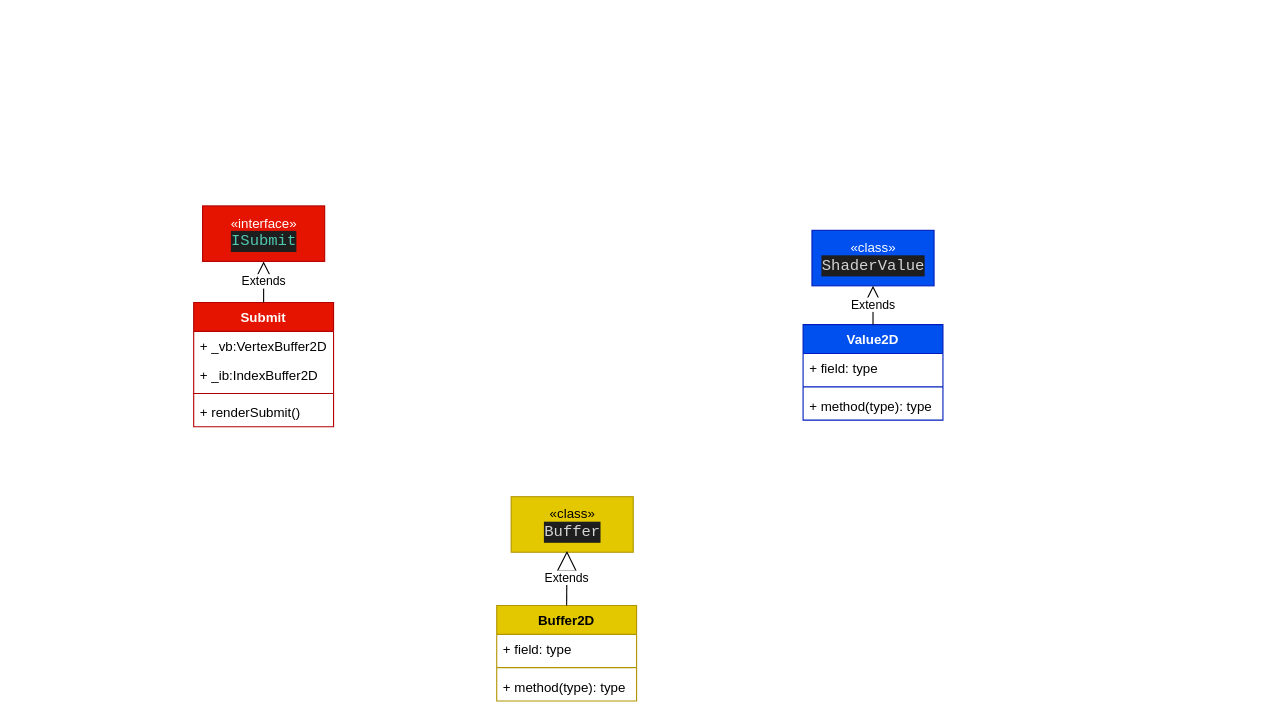
Above: page "laya渲染框架" (5 of 5) of LayaAir2/render2.drawio in breezerzxq/Diagram (draw.io), before the change. Source tidied: cells renumbered, new cells numbered last; positions are measured from the earlier drawing's top-left corner, leaving out a move shared by most shapes. Both pictures are drawn from the tidied source at 111%, with x=0, y=0 at pixel (193, 205).
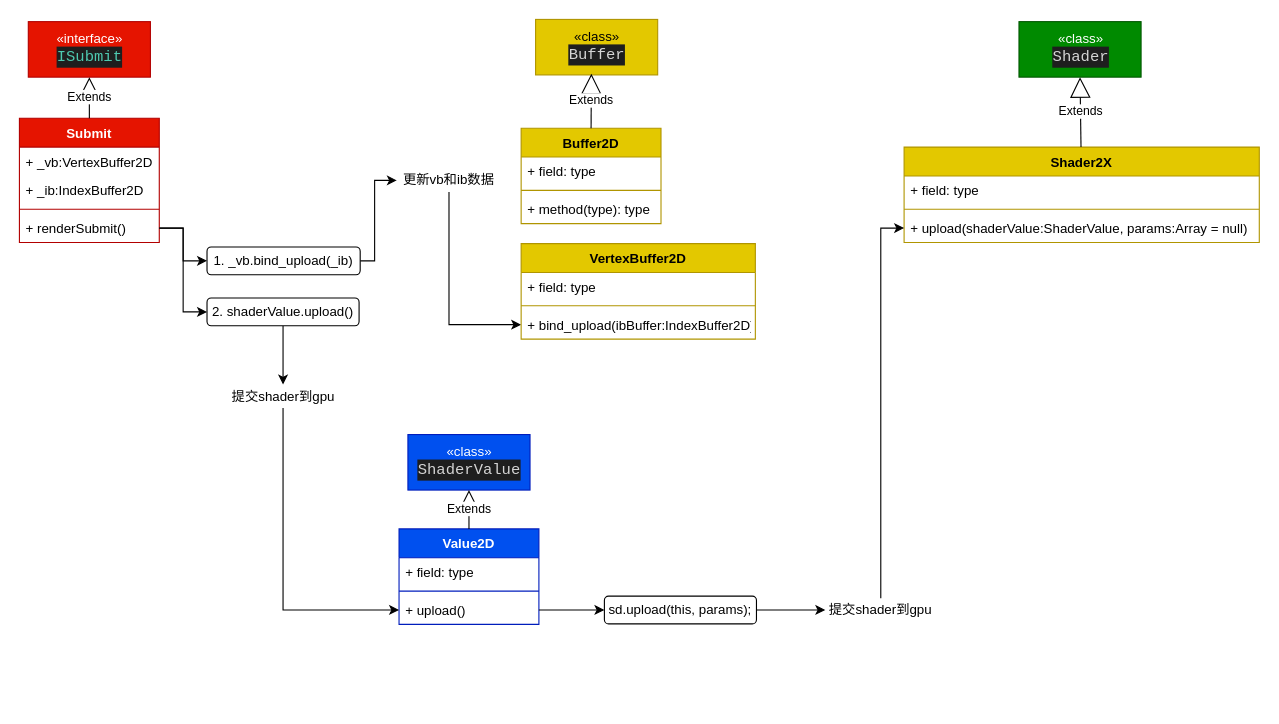
After the change.

The change refers to these unchanged cells:
```xml
<mxCell id="13" value="+ renderSubmit()" style="text;strokeColor=none;fillColor=none;align=left;verticalAlign=top;spacingLeft=4;spacingRight=4;overflow=hidden;points=[[0,0.5],[1,0.5]];portConstraint=eastwest;" parent="9" vertex="1">
  <mxGeometry y="86" width="126" height="26" as="geometry" />
</mxCell>
```

The edit, as a diff of the source:
```diff
@@
     <mxCell id="2" value="«class»&lt;br&gt;&lt;div style=&quot;color: rgb(212, 212, 212); background-color: rgb(30, 30, 30); font-family: Consolas, &amp;quot;Courier New&amp;quot;, monospace; font-size: 14px; line-height: 19px;&quot;&gt;ShaderValue&lt;/div&gt;" style="html=1;fillColor=#0050ef;fontColor=#ffffff;strokeColor=#001DBC;" parent="1" vertex="1">
-      <mxGeometry x="557" y="22" width="110" height="50" as="geometry" />
+      <mxGeometry x="193" y="206" width="110" height="50" as="geometry" />
     </mxCell>
     <mxCell id="3" value="«class»&lt;br&gt;&lt;div style=&quot;color: rgb(212, 212, 212); background-color: rgb(30, 30, 30); font-family: Consolas, &amp;quot;Courier New&amp;quot;, monospace; font-size: 14px; line-height: 19px;&quot;&gt;Buffer&lt;/div&gt;" style="html=1;fillColor=#e3c800;fontColor=#000000;strokeColor=#B09500;" parent="1" vertex="1">
-      <mxGeometry x="286" y="262" width="110" height="50" as="geometry" />
+      <mxGeometry x="308" y="-168" width="110" height="50" as="geometry" />
     </mxCell>
     <mxCell id="4" value="«interface»&lt;br&gt;&lt;div style=&quot;color: rgb(212, 212, 212); background-color: rgb(30, 30, 30); font-family: Consolas, &amp;quot;Courier New&amp;quot;, monospace; font-size: 14px; line-height: 19px;&quot;&gt;&lt;span style=&quot;color: #4ec9b0;&quot;&gt;ISubmit&lt;/span&gt;&lt;/div&gt;" style="html=1;fillColor=#e51400;fontColor=#ffffff;strokeColor=#B20000;" parent="1" vertex="1">
-      <mxGeometry x="8" width="110" height="50" as="geometry" />
+      <mxGeometry x="-149" y="-166" width="110" height="50" as="geometry" />
     </mxCell>
     <mxCell id="5" value="Value2D" style="swimlane;fontStyle=1;align=center;verticalAlign=top;horizontal=1;startSize=26;fillColor=#0050ef;fontColor=#ffffff;strokeColor=#001DBC;" parent="1" vertex="1">
-      <mxGeometry x="549" y="107" width="126" height="86" as="geometry" />
+      <mxGeometry x="185" y="291" width="126" height="86" as="geometry" />
     </mxCell>
@@
-    <mxCell id="8" value="+ method(type): type" style="text;strokeColor=none;fillColor=none;align=left;verticalAlign=top;spacingLeft=4;spacingRight=4;overflow=hidden;points=[[0,0.5],[1,0.5]];portConstraint=eastwest;" parent="5" vertex="1">
+    <mxCell id="8" value="+ upload()" style="text;strokeColor=none;fillColor=none;align=left;verticalAlign=top;spacingLeft=4;spacingRight=4;overflow=hidden;points=[[0,0.5],[1,0.5]];portConstraint=eastwest;" parent="5" vertex="1">
       <mxGeometry y="60" width="126" height="26" as="geometry" />
     </mxCell>
     <mxCell id="9" value="Submit" style="swimlane;fontStyle=1;align=center;verticalAlign=top;horizontal=1;startSize=26;fillColor=#e51400;fontColor=#ffffff;strokeColor=#B20000;" parent="1" vertex="1">
-      <mxGeometry y="87" width="126" height="112" as="geometry" />
+      <mxGeometry x="-157" y="-79" width="126" height="112" as="geometry" />
     </mxCell>
@@
     <mxCell id="14" value="Buffer2D" style="swimlane;fontStyle=1;align=center;verticalAlign=top;horizontal=1;startSize=26;fillColor=#e3c800;fontColor=#000000;strokeColor=#B09500;" parent="1" vertex="1">
-      <mxGeometry x="273" y="360" width="126" height="86" as="geometry" />
+      <mxGeometry x="295" y="-70" width="126" height="86" as="geometry" />
     </mxCell>
@@
+    <mxCell id="21" style="edgeStyle=orthogonalEdgeStyle;rounded=0;jettySize=auto;html=1;" parent="1" edge="1" source="22" target="24">
+      <mxGeometry relative="1" as="geometry">
+        <Array as="points">
+          <mxPoint x="163" y="50" />
+        </Array>
+      </mxGeometry>
+    </mxCell>
+    <mxCell id="22" value="1. _vb.bind_upload(_ib)" style="rounded=1;whiteSpace=wrap;html=1;" parent="1" vertex="1">
+      <mxGeometry x="12" y="37" width="138" height="25" as="geometry" />
+    </mxCell>
+    <mxCell id="23" style="edgeStyle=orthogonalEdgeStyle;rounded=0;jettySize=auto;html=1;" parent="1" edge="1" source="24" target="40">
+      <mxGeometry relative="1" as="geometry" />
+    </mxCell>
+    <mxCell id="24" value="更新vb和ib数据" style="text;html=1;strokeColor=none;fillColor=none;align=center;verticalAlign=middle;whiteSpace=wrap;rounded=0;" parent="1" vertex="1">
+      <mxGeometry x="183" y="-33.5" width="94" height="21" as="geometry" />
+    </mxCell>
+    <mxCell id="25" style="edgeStyle=orthogonalEdgeStyle;rounded=0;jettySize=auto;html=1;entryX=0;entryY=0.5;entryDx=0;entryDy=0;" parent="1" edge="1" source="13" target="22">
+      <mxGeometry relative="1" as="geometry" />
+    </mxCell>
+    <mxCell id="26" style="edgeStyle=orthogonalEdgeStyle;rounded=0;jettySize=auto;html=1;" parent="1" edge="1" source="27" target="29">
+      <mxGeometry relative="1" as="geometry" />
+    </mxCell>
+    <mxCell id="27" value="2. shaderValue.upload()" style="rounded=1;whiteSpace=wrap;html=1;" parent="1" vertex="1">
+      <mxGeometry x="12" y="83" width="137" height="25" as="geometry" />
+    </mxCell>
+    <mxCell id="28" style="edgeStyle=orthogonalEdgeStyle;rounded=0;jettySize=auto;html=1;entryX=0;entryY=0.5;entryDx=0;entryDy=0;" parent="1" edge="1" source="29" target="8">
+      <mxGeometry relative="1" as="geometry" />
+    </mxCell>
+    <mxCell id="29" value="提交shader到gpu" style="text;html=1;strokeColor=none;fillColor=none;align=center;verticalAlign=middle;whiteSpace=wrap;rounded=0;" parent="1" vertex="1">
+      <mxGeometry x="30.5" y="161" width="100" height="21" as="geometry" />
+    </mxCell>
+    <mxCell id="30" style="edgeStyle=orthogonalEdgeStyle;rounded=0;jettySize=auto;html=1;entryX=0;entryY=0.5;entryDx=0;entryDy=0;" parent="1" edge="1" source="13" target="27">
+      <mxGeometry relative="1" as="geometry" />
+    </mxCell>
+    <mxCell id="31" value="«class»&lt;br&gt;&lt;div style=&quot;color: rgb(212, 212, 212); background-color: rgb(30, 30, 30); font-family: Consolas, &amp;quot;Courier New&amp;quot;, monospace; font-size: 14px; line-height: 19px;&quot;&gt;Shader&lt;/div&gt;" style="html=1;fillColor=#008a00;fontColor=#ffffff;strokeColor=#005700;" parent="1" vertex="1">
+      <mxGeometry x="743.5" y="-166" width="110" height="50" as="geometry" />
+    </mxCell>
+    <mxCell id="32" value="Shader2X" style="swimlane;fontStyle=1;align=center;verticalAlign=top;horizontal=1;startSize=26;fillColor=#e3c800;fontColor=#000000;strokeColor=#B09500;" parent="1" vertex="1">
+      <mxGeometry x="640" y="-53" width="320" height="86" as="geometry" />
+    </mxCell>
+    <mxCell id="33" value="+ field: type" style="text;strokeColor=none;fillColor=none;align=left;verticalAlign=top;spacingLeft=4;spacingRight=4;overflow=hidden;" parent="32" vertex="1">
+      <mxGeometry y="26" width="320" height="26" as="geometry" />
+    </mxCell>
+    <mxCell id="34" style="line;strokeWidth=1;fillColor=none;align=left;verticalAlign=middle;spacingTop=-1;spacingLeft=3;spacingRight=3;labelPosition=right;strokeColor=inherit;" parent="32" vertex="1">
+      <mxGeometry y="52" width="320" height="8" as="geometry" />
+    </mxCell>
+    <mxCell id="35" value="+ upload(shaderValue:ShaderValue, params:Array = null)" style="text;strokeColor=none;fillColor=none;align=left;verticalAlign=top;spacingLeft=4;spacingRight=4;overflow=hidden;points=[[0,0.5],[1,0.5]];portConstraint=eastwest;" parent="32" vertex="1">
+      <mxGeometry y="60" width="320" height="26" as="geometry" />
+    </mxCell>
+    <mxCell id="36" value="Extends" style="endArrow=block;endSize=16;endFill=0;html=1;rounded=0;entryX=0.5;entryY=1;entryDx=0;entryDy=0;" parent="1" edge="1" source="32" target="31">
+      <mxGeometry relative="1" as="geometry" />
+    </mxCell>
+    <mxCell id="37" value="VertexBuffer2D" style="swimlane;fontStyle=1;align=center;verticalAlign=top;horizontal=1;startSize=26;fillColor=#e3c800;fontColor=#000000;strokeColor=#B09500;" parent="1" vertex="1">
+      <mxGeometry x="295" y="34" width="211" height="86" as="geometry" />
+    </mxCell>
+    <mxCell id="38" value="+ field: type" style="text;strokeColor=none;fillColor=none;align=left;verticalAlign=top;spacingLeft=4;spacingRight=4;overflow=hidden;" parent="37" vertex="1">
+      <mxGeometry y="26" width="211" height="26" as="geometry" />
+    </mxCell>
+    <mxCell id="39" style="line;strokeWidth=1;fillColor=none;align=left;verticalAlign=middle;spacingTop=-1;spacingLeft=3;spacingRight=3;labelPosition=right;strokeColor=inherit;" parent="37" vertex="1">
+      <mxGeometry y="52" width="211" height="8" as="geometry" />
+    </mxCell>
+    <mxCell id="40" value="+ bind_upload(ibBuffer:IndexBuffer2D)" style="text;strokeColor=none;fillColor=none;align=left;verticalAlign=top;spacingLeft=4;spacingRight=4;overflow=hidden;points=[[0,0.5],[1,0.5]];portConstraint=eastwest;" parent="37" vertex="1">
+      <mxGeometry y="60" width="211" height="26" as="geometry" />
+    </mxCell>
+    <mxCell id="41" style="edgeStyle=orthogonalEdgeStyle;rounded=0;jettySize=auto;html=1;" parent="1" edge="1" source="42" target="45">
+      <mxGeometry relative="1" as="geometry" />
+    </mxCell>
+    <mxCell id="42" value="sd.upload(this, params);" style="rounded=1;whiteSpace=wrap;html=1;" parent="1" vertex="1">
+      <mxGeometry x="370" y="351.5" width="137" height="25" as="geometry" />
+    </mxCell>
+    <mxCell id="43" style="edgeStyle=orthogonalEdgeStyle;rounded=0;jettySize=auto;html=1;" parent="1" edge="1" source="8" target="42">
+      <mxGeometry relative="1" as="geometry" />
+    </mxCell>
+    <mxCell id="44" style="edgeStyle=orthogonalEdgeStyle;rounded=0;jettySize=auto;html=1;" parent="1" edge="1" source="45" target="35">
+      <mxGeometry relative="1" as="geometry" />
+    </mxCell>
+    <mxCell id="45" value="提交shader到gpu" style="text;html=1;strokeColor=none;fillColor=none;align=center;verticalAlign=middle;whiteSpace=wrap;rounded=0;" parent="1" vertex="1">
+      <mxGeometry x="569" y="353.5" width="100" height="21" as="geometry" />
+    </mxCell>
```
